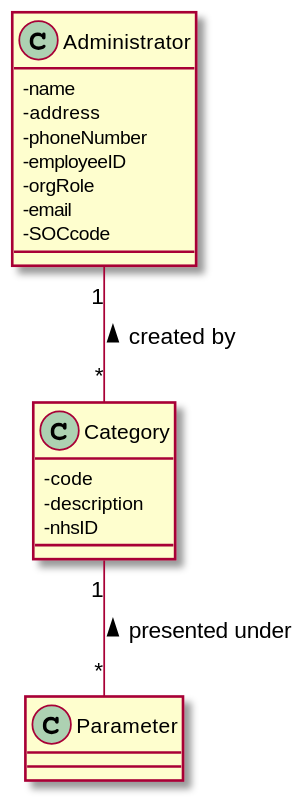
This is docs/SprintB/US10/US10-MD.svg from 0franciscor/lei-21-s2-1de-g19, a PlantUML export, as it was before one commit. Source of this version:
```plantuml
@startuml

class Administrator
class Category
class Parameter

Administrator "1" -- "*" Category : < created by
Category "1" -- "*" Parameter : < presented under

skinparam classAttributeIconSize 0

class Administrator{
-name
-address
-phoneNumber
-employeeID
-orgRole
-email
-SOCcode
}

class Category{
-code
-description
-nhsID
}

class Parameter{
}

@enduml
```
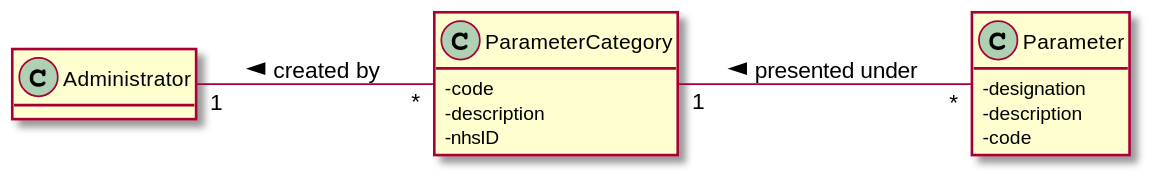
Later version of the same file.

Change to the diagram source:
```diff
@@ -1,31 +1,28 @@
 @startuml
-
+hide methods
+left to right direction
 class Administrator
-class Category
+class ParameterCategory
 class Parameter
 
-Administrator "1" -- "*" Category : < created by
-Category "1" -- "*" Parameter : < presented under
+Administrator "1" -- "*" ParameterCategory : < created by
+ParameterCategory "1" -- "*" Parameter : < presented under
 
 skinparam classAttributeIconSize 0
 
 class Administrator{
--name
--address
--phoneNumber
--employeeID
--orgRole
--email
--SOCcode
 }
 
-class Category{
+class ParameterCategory{
 -code
 -description
 -nhsID
 }
 
 class Parameter{
+-designation
+-description
+-code
 }
 
 @enduml
```
